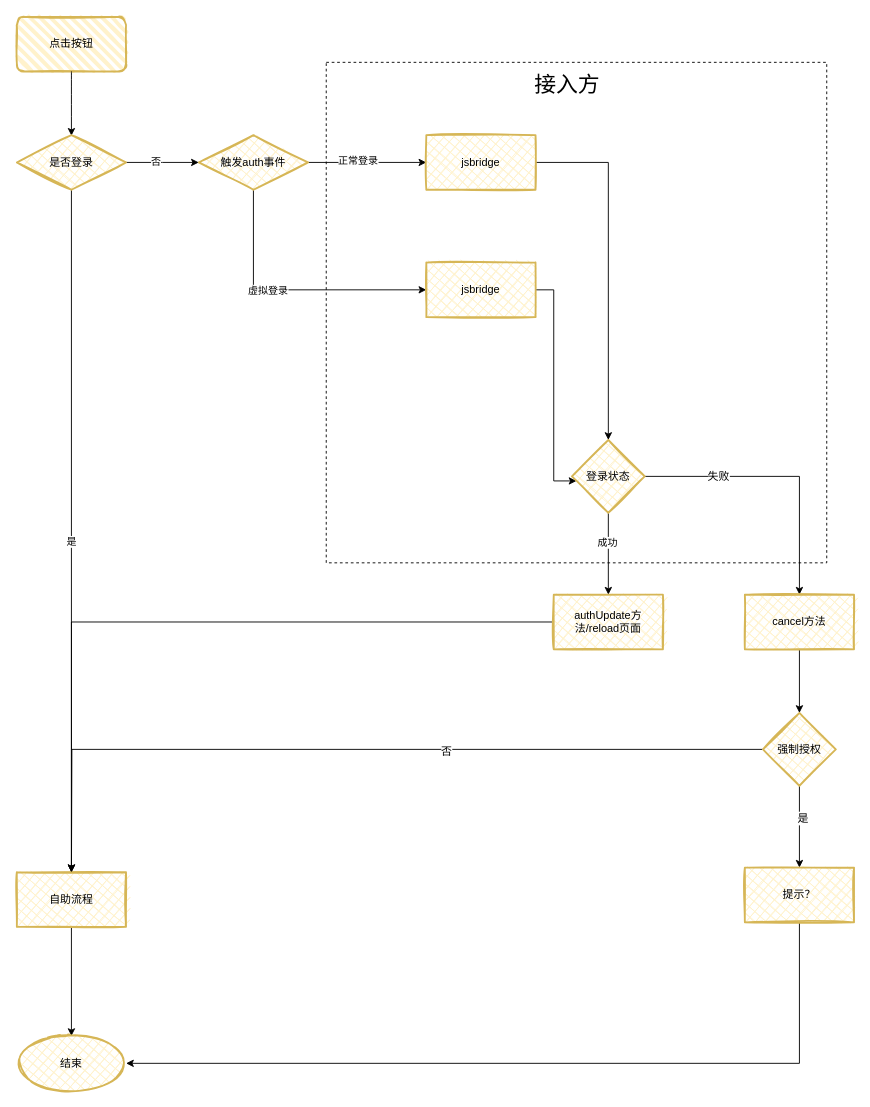
HeftyKoo/resource keeps this draw.io diagram as images/Untitled Diagram.drawio. Above is the earlier version. Source tidied: cells renumbered, new cells numbered last; positions are measured from the earlier drawing's top-left corner, leaving out a move shared by most shapes. Both pictures are drawn from the tidied source at 91%, with x=0, y=0 at pixel (16, 16).
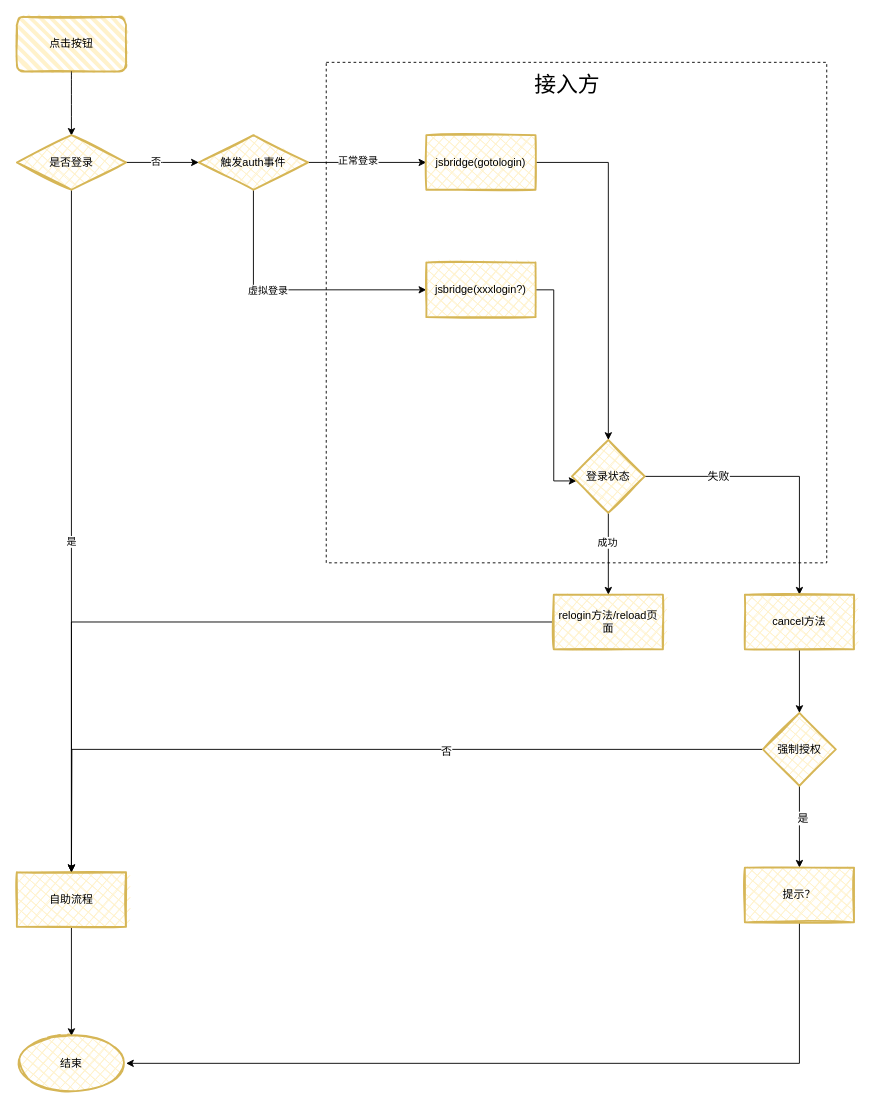
Above is the later version.

Diff of the diagram source:
```diff
@@
-    <mxCell id="18" value="jsbridge" style="whiteSpace=wrap;html=1;fillColor=#fff2cc;strokeColor=#d6b656;strokeWidth=2;fillWeight=-1;hachureGap=8;fillStyle=cross-hatch;sketch=1;" parent="1" vertex="1">
+    <mxCell id="18" value="jsbridge(gotologin)" style="whiteSpace=wrap;html=1;fillColor=#fff2cc;strokeColor=#d6b656;strokeWidth=2;fillWeight=-1;hachureGap=8;fillStyle=cross-hatch;sketch=1;" parent="1" vertex="1">
       <mxGeometry x="450" y="130" width="120" height="60" as="geometry" />
     </mxCell>
@@
-    <mxCell id="20" value="jsbridge" style="whiteSpace=wrap;html=1;fillColor=#fff2cc;strokeColor=#d6b656;strokeWidth=2;fillWeight=-1;hachureGap=8;fillStyle=cross-hatch;sketch=1;" parent="1" vertex="1">
+    <mxCell id="20" value="jsbridge(xxxlogin?)" style="whiteSpace=wrap;html=1;fillColor=#fff2cc;strokeColor=#d6b656;strokeWidth=2;fillWeight=-1;hachureGap=8;fillStyle=cross-hatch;sketch=1;" parent="1" vertex="1">
       <mxGeometry x="450" y="270" width="120" height="60" as="geometry" />
     </mxCell>
@@
-    <mxCell id="27" value="authUpdate方法/reload页面" style="whiteSpace=wrap;html=1;fillColor=#fff2cc;strokeColor=#d6b656;strokeWidth=2;fillWeight=-1;hachureGap=8;fillStyle=cross-hatch;sketch=1;" parent="1" vertex="1">
+    <mxCell id="27" value="relogin方法/reload页面" style="whiteSpace=wrap;html=1;fillColor=#fff2cc;strokeColor=#d6b656;strokeWidth=2;fillWeight=-1;hachureGap=8;fillStyle=cross-hatch;sketch=1;" parent="1" vertex="1">
       <mxGeometry x="590" y="635" width="120" height="60" as="geometry" />
     </mxCell>
```
